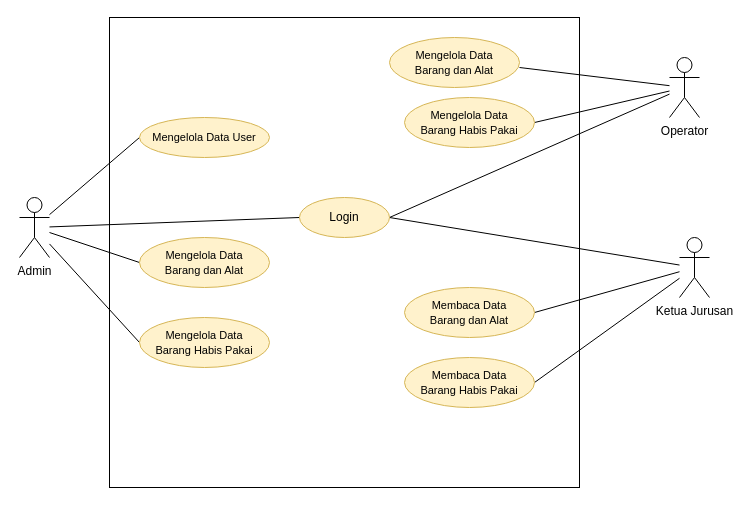
This is usecase-skripsi.drawio from wahyupambudi/skripsi-skom, a draw.io file, before an edit. Source tidied: cells renumbered, new cells numbered last; positions are measured from the earlier drawing's top-left corner, leaving out a move shared by most shapes. Both pictures are drawn from the tidied source at 100%, with x=0, y=0 at pixel (19, 17).
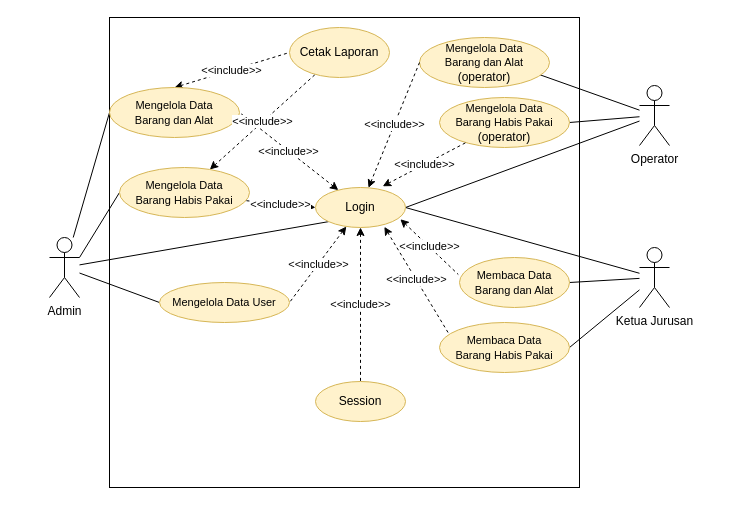
After the change.

What changed in the source:
```diff
@@
-    <mxCell id="4" style="edgeStyle=none;rounded=0;jettySize=auto;html=1;entryX=0;entryY=0.5;entryDx=0;entryDy=0;fontSize=11;endArrow=none;endFill=0;" parent="1" edge="1" source="6" target="19">
+    <mxCell id="4" style="edgeStyle=none;rounded=0;jettySize=auto;html=1;entryX=0;entryY=0.5;entryDx=0;entryDy=0;fontSize=11;endArrow=none;endFill=0;exitX=1;exitY=0.3333333333333333;exitDx=0;exitDy=0;exitPerimeter=0;" parent="1" edge="1" source="6" target="19">
       <mxGeometry relative="1" as="geometry" />
     </mxCell>
-    <mxCell id="5" style="edgeStyle=none;rounded=0;jettySize=auto;html=1;entryX=0;entryY=0.5;entryDx=0;entryDy=0;fontSize=11;endArrow=none;endFill=0;" parent="1" edge="1" source="6" target="16">
+    <mxCell id="5" style="edgeStyle=none;rounded=0;jettySize=auto;html=1;entryX=0;entryY=1;entryDx=0;entryDy=0;fontSize=11;endArrow=none;endFill=0;" parent="1" edge="1" source="6" target="16">
       <mxGeometry relative="1" as="geometry" />
     </mxCell>
     <mxCell id="6" value="Admin" style="shape=umlActor;verticalLabelPosition=bottom;verticalAlign=top;html=1;outlineConnect=0;" parent="1" vertex="1">
-      <mxGeometry y="180" width="30" height="60" as="geometry" />
+      <mxGeometry x="30" y="220" width="30" height="60" as="geometry" />
     </mxCell>
@@
     <mxCell id="10" value="Ketua Jurusan" style="shape=umlActor;verticalLabelPosition=bottom;verticalAlign=top;html=1;outlineConnect=0;" parent="1" vertex="1">
-      <mxGeometry x="660" y="220" width="30" height="60" as="geometry" />
+      <mxGeometry x="620" y="230" width="30" height="60" as="geometry" />
     </mxCell>
@@
     <mxCell id="15" value="Operator" style="shape=umlActor;verticalLabelPosition=bottom;verticalAlign=top;html=1;outlineConnect=0;" parent="1" vertex="1">
-      <mxGeometry x="650" y="40" width="30" height="60" as="geometry" />
+      <mxGeometry x="620" y="68" width="30" height="60" as="geometry" />
     </mxCell>
+    <mxCell id="24" value="&amp;lt;&amp;lt;include&amp;gt;&amp;gt;" style="edgeStyle=none;rounded=0;jettySize=auto;html=1;entryX=1;entryY=0.5;entryDx=0;entryDy=0;fontSize=11;endArrow=none;endFill=0;dashed=1;startArrow=classic;startFill=1;" parent="1" edge="1" source="16" target="18">
+      <mxGeometry relative="1" as="geometry" />
+    </mxCell>
     <mxCell id="16" value="Login" style="ellipse;whiteSpace=wrap;html=1;fillColor=#fff2cc;strokeColor=#d6b656;" parent="1" vertex="1">
-      <mxGeometry x="280" y="180" width="90" height="40" as="geometry" />
+      <mxGeometry x="296" y="170" width="90" height="40" as="geometry" />
     </mxCell>
     <mxCell id="17" value="&lt;font style=&quot;font-size: 11px;&quot;&gt;Mengelola Data User&lt;/font&gt;" style="ellipse;whiteSpace=wrap;html=1;fillColor=#fff2cc;strokeColor=#d6b656;" parent="1" vertex="1">
-      <mxGeometry x="120" y="100" width="130" height="40" as="geometry" />
+      <mxGeometry x="140" y="265" width="130" height="40" as="geometry" />
     </mxCell>
+    <mxCell id="25" value="&amp;lt;&amp;lt;include&amp;gt;&amp;gt;" style="edgeStyle=none;rounded=0;jettySize=auto;html=1;entryX=0;entryY=0.5;entryDx=0;entryDy=0;fontSize=11;startArrow=classic;startFill=1;endArrow=none;endFill=0;dashed=1;exitX=0.5;exitY=0;exitDx=0;exitDy=0;" parent="1" edge="1" source="18" target="27">
+      <mxGeometry relative="1" as="geometry" />
+    </mxCell>
     <mxCell id="18" value="&lt;div&gt;&lt;font style=&quot;font-size: 11px;&quot;&gt;Mengelola Data &lt;br&gt;&lt;/font&gt;&lt;/div&gt;&lt;div&gt;&lt;font style=&quot;font-size: 11px;&quot;&gt;Barang dan Alat&lt;/font&gt;&lt;/div&gt;" style="ellipse;whiteSpace=wrap;html=1;fillColor=#fff2cc;strokeColor=#d6b656;" parent="1" vertex="1">
-      <mxGeometry x="120" y="220" width="130" height="50" as="geometry" />
+      <mxGeometry x="90" y="70" width="130" height="50" as="geometry" />
     </mxCell>
+    <mxCell id="26" value="&amp;lt;&amp;lt;include&amp;gt;&amp;gt;" style="edgeStyle=none;rounded=0;jettySize=auto;html=1;dashed=1;fontSize=11;startArrow=classic;startFill=1;endArrow=none;endFill=0;" parent="1" edge="1" source="19" target="27">
+      <mxGeometry relative="1" as="geometry" />
+    </mxCell>
     <mxCell id="19" value="&lt;div&gt;&lt;font style=&quot;font-size: 11px;&quot;&gt;Mengelola Data &lt;br&gt;&lt;/font&gt;&lt;/div&gt;&lt;div&gt;&lt;font style=&quot;font-size: 11px;&quot;&gt;Barang Habis Pakai&lt;/font&gt;&lt;/div&gt;" style="ellipse;whiteSpace=wrap;html=1;fillColor=#fff2cc;strokeColor=#d6b656;" parent="1" vertex="1">
-      <mxGeometry x="120" y="300" width="130" height="50" as="geometry" />
+      <mxGeometry x="100" y="150" width="130" height="50" as="geometry" />
     </mxCell>
     <mxCell id="20" value="&lt;div&gt;&lt;font style=&quot;font-size: 11px;&quot;&gt;Membaca Data &lt;br&gt;&lt;/font&gt;&lt;/div&gt;&lt;div&gt;&lt;font style=&quot;font-size: 11px;&quot;&gt;Barang dan Alat&lt;/font&gt;&lt;/div&gt;" style="ellipse;whiteSpace=wrap;html=1;fillColor=#fff2cc;strokeColor=#d6b656;" parent="1" vertex="1">
-      <mxGeometry x="385" y="270" width="130" height="50" as="geometry" />
+      <mxGeometry x="440" y="240" width="110" height="50" as="geometry" />
     </mxCell>
     <mxCell id="21" value="&lt;div&gt;&lt;font style=&quot;font-size: 11px;&quot;&gt;Membaca Data &lt;br&gt;&lt;/font&gt;&lt;/div&gt;&lt;div&gt;&lt;font style=&quot;font-size: 11px;&quot;&gt;Barang Habis Pakai&lt;br&gt;&lt;/font&gt;&lt;/div&gt;" style="ellipse;whiteSpace=wrap;html=1;fillColor=#fff2cc;strokeColor=#d6b656;" parent="1" vertex="1">
-      <mxGeometry x="385" y="340" width="130" height="50" as="geometry" />
+      <mxGeometry x="420" y="305" width="130" height="50" as="geometry" />
     </mxCell>
-    <mxCell id="22" value="&lt;div&gt;&lt;font style=&quot;font-size: 11px;&quot;&gt;Mengelola Data &lt;br&gt;&lt;/font&gt;&lt;/div&gt;&lt;div&gt;&lt;font style=&quot;font-size: 11px;&quot;&gt;Barang dan Alat&lt;/font&gt;&lt;/div&gt;" style="ellipse;whiteSpace=wrap;html=1;fillColor=#fff2cc;strokeColor=#d6b656;" parent="1" vertex="1">
-      <mxGeometry x="370" y="20" width="130" height="50" as="geometry" />
+    <mxCell id="22" value="&lt;div&gt;&lt;font style=&quot;font-size: 11px;&quot;&gt;Mengelola Data &lt;br&gt;&lt;/font&gt;&lt;/div&gt;&lt;div&gt;&lt;font style=&quot;font-size: 11px;&quot;&gt;Barang dan Alat&lt;/font&gt; (operator)&lt;br&gt;&lt;/div&gt;" style="ellipse;whiteSpace=wrap;html=1;fillColor=#fff2cc;strokeColor=#d6b656;" parent="1" vertex="1">
+      <mxGeometry x="400" y="20" width="130" height="50" as="geometry" />
     </mxCell>
-    <mxCell id="23" value="&lt;div&gt;&lt;font style=&quot;font-size: 11px;&quot;&gt;Mengelola Data &lt;br&gt;&lt;/font&gt;&lt;/div&gt;&lt;div&gt;&lt;font style=&quot;font-size: 11px;&quot;&gt;Barang Habis Pakai&lt;/font&gt;&lt;/div&gt;" style="ellipse;whiteSpace=wrap;html=1;fillColor=#fff2cc;strokeColor=#d6b656;" parent="1" vertex="1">
-      <mxGeometry x="385" y="80" width="130" height="50" as="geometry" />
+    <mxCell id="23" value="&lt;div&gt;&lt;font style=&quot;font-size: 11px;&quot;&gt;Mengelola Data &lt;br&gt;&lt;/font&gt;&lt;/div&gt;&lt;div&gt;&lt;font style=&quot;font-size: 11px;&quot;&gt;Barang Habis Pakai&lt;/font&gt; (operator)&lt;br&gt;&lt;/div&gt;" style="ellipse;whiteSpace=wrap;html=1;fillColor=#fff2cc;strokeColor=#d6b656;" parent="1" vertex="1">
+      <mxGeometry x="420" y="80" width="130" height="50" as="geometry" />
     </mxCell>
+    <mxCell id="27" value="Cetak Laporan" style="ellipse;whiteSpace=wrap;html=1;fillColor=#fff2cc;strokeColor=#d6b656;" parent="1" vertex="1">
+      <mxGeometry x="270" y="10" width="100" height="50" as="geometry" />
+    </mxCell>
+    <mxCell id="28" value="Session" style="ellipse;whiteSpace=wrap;html=1;fillColor=#fff2cc;strokeColor=#d6b656;" parent="1" vertex="1">
+      <mxGeometry x="296" y="364" width="90" height="40" as="geometry" />
+    </mxCell>
+    <mxCell id="29" value="&amp;lt;&amp;lt;include&amp;gt;&amp;gt;" style="edgeStyle=none;rounded=0;jettySize=auto;html=1;entryX=1;entryY=0.5;entryDx=0;entryDy=0;fontSize=11;endArrow=none;endFill=0;dashed=1;startArrow=classic;startFill=1;" parent="1" edge="1" source="16" target="17">
+      <mxGeometry relative="1" as="geometry" />
+    </mxCell>
+    <mxCell id="30" value="&amp;lt;&amp;lt;include&amp;gt;&amp;gt;" style="edgeStyle=none;rounded=0;jettySize=auto;html=1;fontSize=11;endArrow=none;endFill=0;dashed=1;startArrow=classic;startFill=1;exitX=0;exitY=0.5;exitDx=0;exitDy=0;entryX=0.975;entryY=0.664;entryDx=0;entryDy=0;entryPerimeter=0;" parent="1" edge="1" source="16" target="19">
+      <mxGeometry relative="1" as="geometry" />
+    </mxCell>
+    <mxCell id="31" value="&amp;lt;&amp;lt;include&amp;gt;&amp;gt;" style="edgeStyle=none;rounded=0;jettySize=auto;html=1;entryX=0;entryY=0.5;entryDx=0;entryDy=0;fontSize=11;endArrow=none;endFill=0;dashed=1;startArrow=classic;startFill=1;" parent="1" edge="1" source="16" target="22">
+      <mxGeometry relative="1" as="geometry" />
+    </mxCell>
+    <mxCell id="32" value="&amp;lt;&amp;lt;include&amp;gt;&amp;gt;" style="edgeStyle=none;rounded=0;jettySize=auto;html=1;fontSize=11;endArrow=none;endFill=0;dashed=1;exitX=0.747;exitY=-0.031;exitDx=0;exitDy=0;exitPerimeter=0;startArrow=classic;startFill=1;" parent="1" edge="1" source="16" target="23">
+      <mxGeometry relative="1" as="geometry" />
+    </mxCell>
+    <mxCell id="33" value="&amp;lt;&amp;lt;include&amp;gt;&amp;gt;" style="edgeStyle=none;rounded=0;jettySize=auto;html=1;entryX=-0.011;entryY=0.34;entryDx=0;entryDy=0;fontSize=11;endArrow=none;endFill=0;dashed=1;entryPerimeter=0;exitX=0.943;exitY=0.793;exitDx=0;exitDy=0;exitPerimeter=0;startArrow=classic;startFill=1;" parent="1" edge="1" source="16" target="20">
+      <mxGeometry relative="1" as="geometry" />
+    </mxCell>
+    <mxCell id="34" value="&amp;lt;&amp;lt;include&amp;gt;&amp;gt;" style="edgeStyle=none;rounded=0;jettySize=auto;html=1;entryX=0.066;entryY=0.201;entryDx=0;entryDy=0;fontSize=11;endArrow=none;endFill=0;dashed=1;entryPerimeter=0;startArrow=classic;startFill=1;exitX=0.765;exitY=0.983;exitDx=0;exitDy=0;exitPerimeter=0;" parent="1" edge="1" source="16" target="21">
+      <mxGeometry relative="1" as="geometry" />
+    </mxCell>
+    <mxCell id="35" value="&amp;lt;&amp;lt;include&amp;gt;&amp;gt;" style="edgeStyle=none;rounded=0;jettySize=auto;html=1;fontSize=11;endArrow=none;endFill=0;dashed=1;exitX=0.5;exitY=1;exitDx=0;exitDy=0;entryX=0.5;entryY=0;entryDx=0;entryDy=0;startArrow=classic;startFill=1;" parent="1" edge="1" source="16" target="28">
+      <mxGeometry relative="1" as="geometry" />
+    </mxCell>
```
